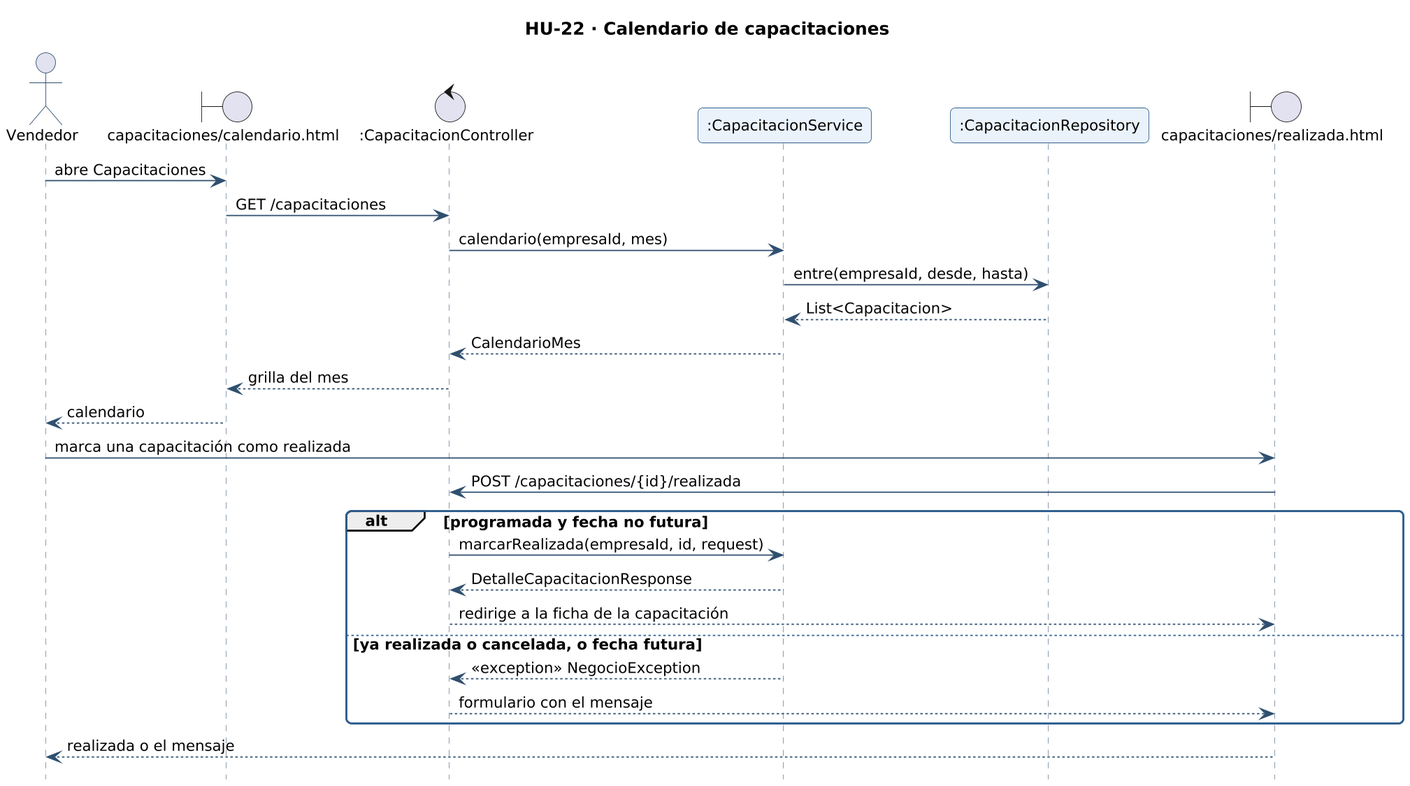
Above: docs/diagramas/secuencia-hu-22.png in gonzaloarenasduoc/Mira (PlantUML), before the change. The source it was exported from:
```plantuml
@startuml secuencia-hu-22
!include _estilo.iuml
hide footbox
skinparam maxMessageSize 260
skinparam sequenceMessageAlign left
title HU-22 · Calendario de capacitaciones
actor "Vendedor" as A
boundary "capacitaciones/calendario.html" as L_VISTA_capacitaciones_calendario
control ":CapacitacionController" as L_CapacitacionController
participant ":CapacitacionService" as L_CapacitacionService
participant ":CapacitacionRepository" as L_CapacitacionRepository
boundary "capacitaciones/realizada.html" as L_VISTA_capacitaciones_realizada
A -> L_VISTA_capacitaciones_calendario : abre Capacitaciones
L_VISTA_capacitaciones_calendario -> L_CapacitacionController : GET /capacitaciones
L_CapacitacionController -> L_CapacitacionService : calendario(empresaId, mes)
L_CapacitacionService -> L_CapacitacionRepository : entre(empresaId, desde, hasta)
L_CapacitacionRepository --> L_CapacitacionService : List<Capacitacion>
L_CapacitacionService --> L_CapacitacionController : CalendarioMes
L_CapacitacionController --> L_VISTA_capacitaciones_calendario : grilla del mes
L_VISTA_capacitaciones_calendario --> A : calendario
A -> L_VISTA_capacitaciones_realizada : marca una capacitación como realizada
L_VISTA_capacitaciones_realizada -> L_CapacitacionController : POST /capacitaciones/{id}/realizada
alt programada y fecha no futura
L_CapacitacionController -> L_CapacitacionService : marcarRealizada(empresaId, id, request)
L_CapacitacionService --> L_CapacitacionController : DetalleCapacitacionResponse
L_CapacitacionController --> L_VISTA_capacitaciones_realizada : redirige a la ficha de la capacitación
else ya realizada o cancelada, o fecha futura
L_CapacitacionService --> L_CapacitacionController : <<exception>> NegocioException
L_CapacitacionController --> L_VISTA_capacitaciones_realizada : formulario con el mensaje
end
L_VISTA_capacitaciones_realizada --> A : realizada o el mensaje
@enduml
```
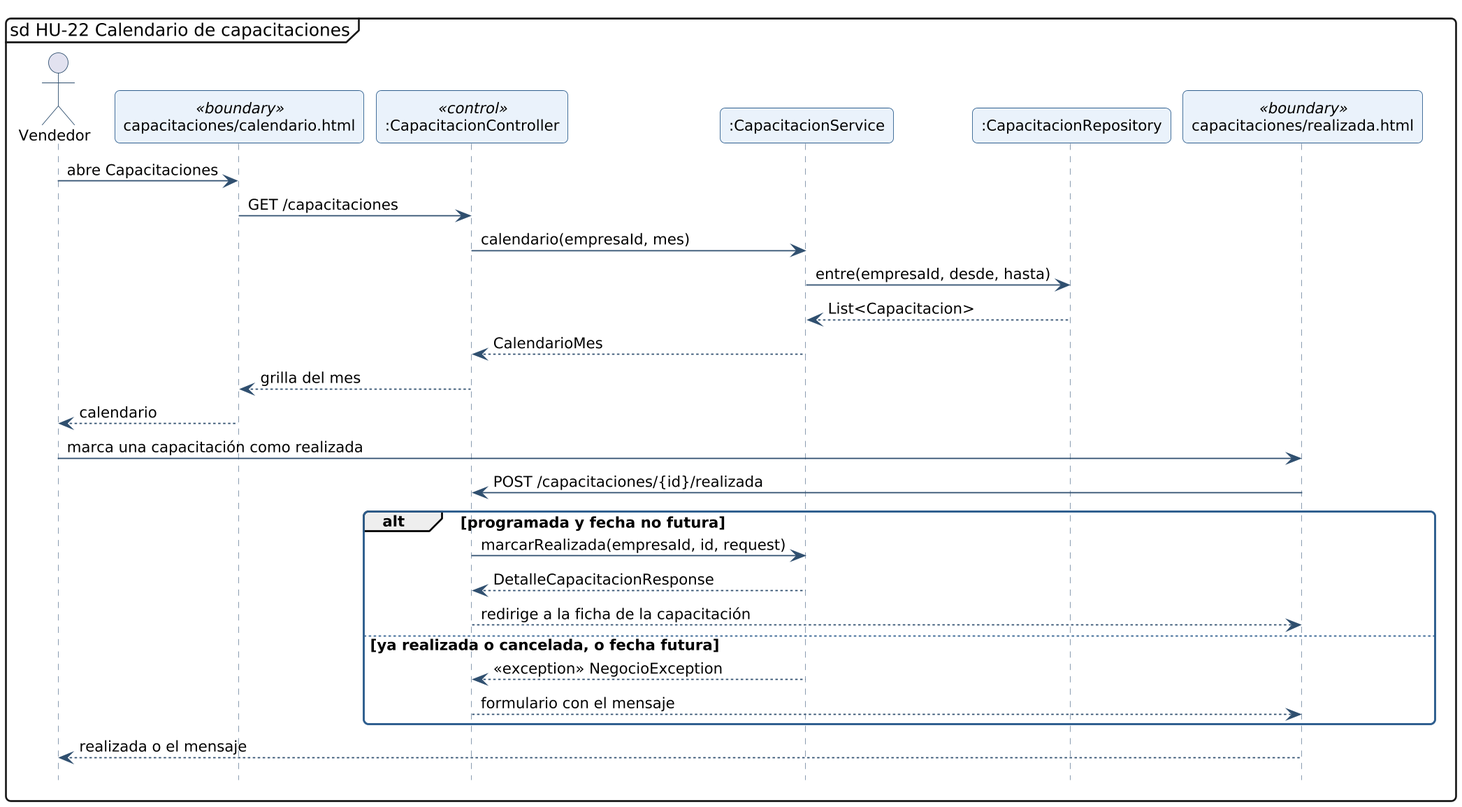
After the change.

What changed in the source:
```diff
@@ -3,13 +3,13 @@
 hide footbox
 skinparam maxMessageSize 260
 skinparam sequenceMessageAlign left
-title HU-22 · Calendario de capacitaciones
+mainframe sd HU-22 Calendario de capacitaciones
 actor "Vendedor" as A
-boundary "capacitaciones/calendario.html" as L_VISTA_capacitaciones_calendario
-control ":CapacitacionController" as L_CapacitacionController
+participant "capacitaciones/calendario.html" as L_VISTA_capacitaciones_calendario <<boundary>>
+participant ":CapacitacionController" as L_CapacitacionController <<control>>
 participant ":CapacitacionService" as L_CapacitacionService
 participant ":CapacitacionRepository" as L_CapacitacionRepository
-boundary "capacitaciones/realizada.html" as L_VISTA_capacitaciones_realizada
+participant "capacitaciones/realizada.html" as L_VISTA_capacitaciones_realizada <<boundary>>
 A -> L_VISTA_capacitaciones_calendario : abre Capacitaciones
 L_VISTA_capacitaciones_calendario -> L_CapacitacionController : GET /capacitaciones
 L_CapacitacionController -> L_CapacitacionService : calendario(empresaId, mes)
```
